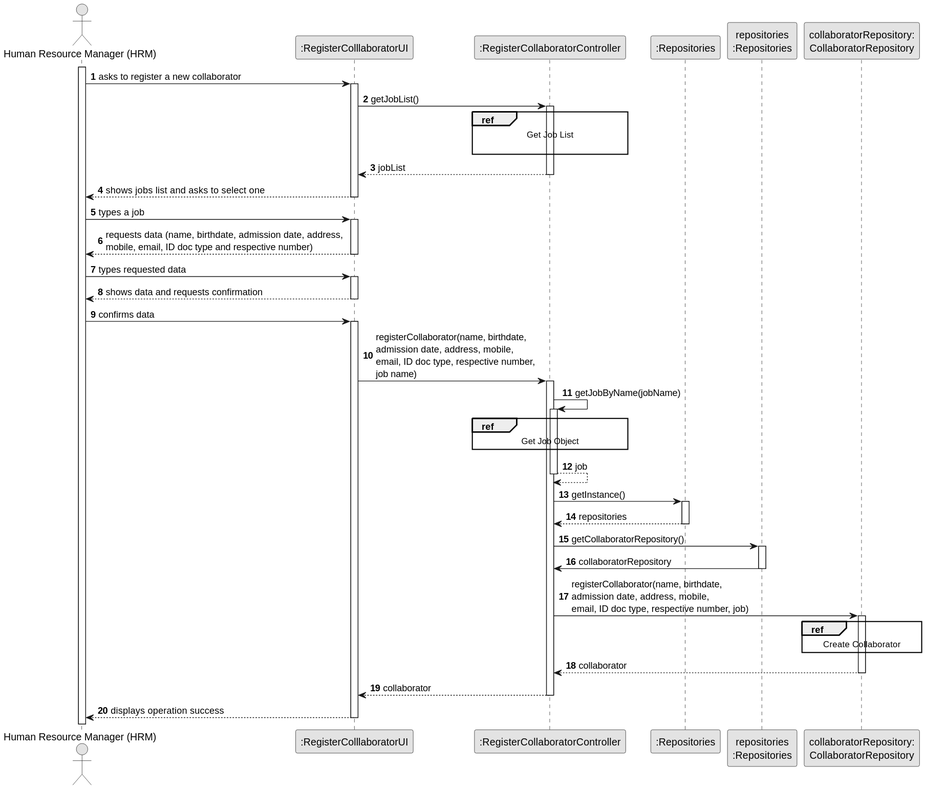
Departamento-de-Engenharia-Informatica/lei-24-s2-1db-g022 keeps this PlantUML diagram as docs/sprint2/us03/03.design/svg/us03-sequence-diagram.svg. Above is the earlier version.
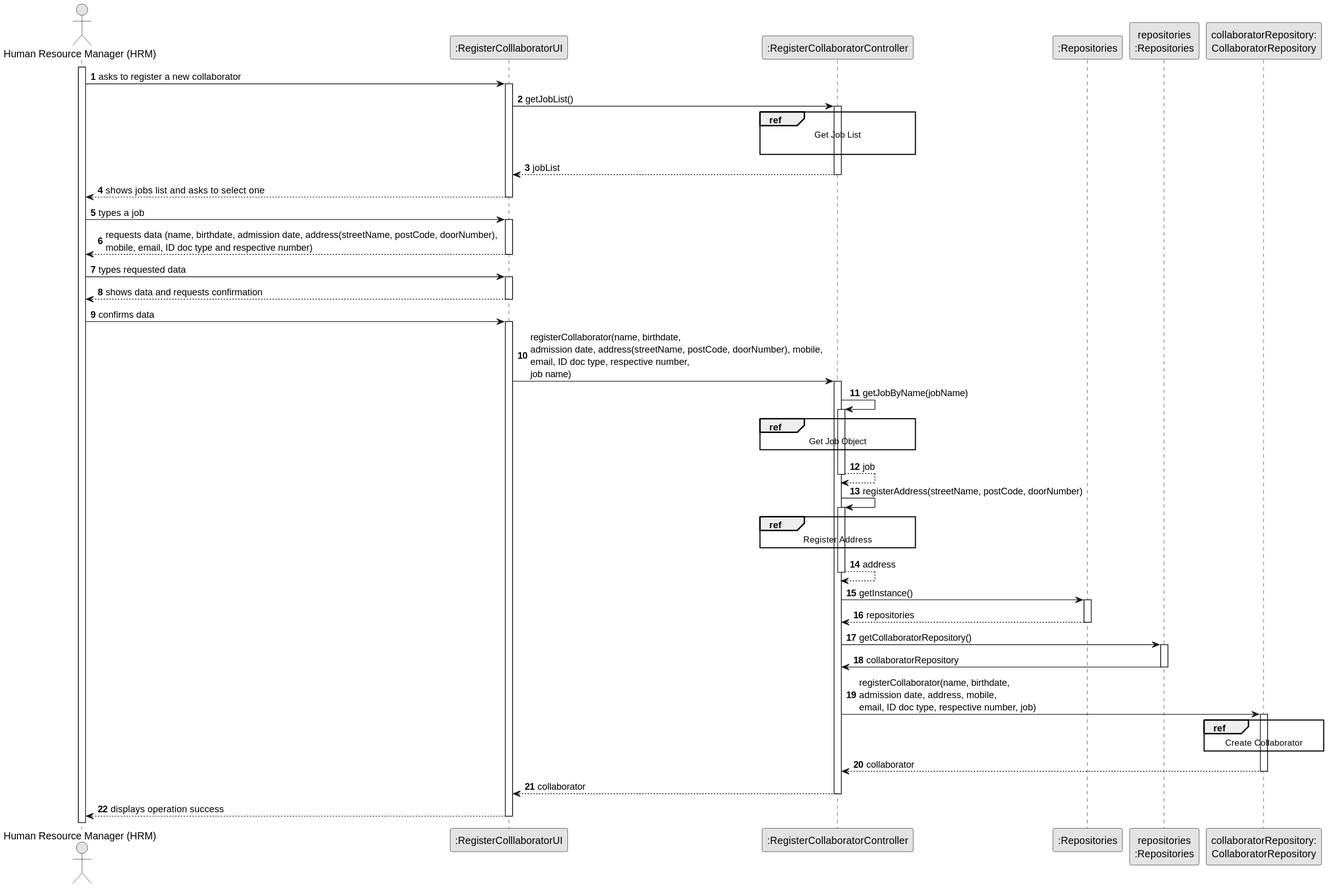
Above is the later version.

The edit, as a diff of the source:
```diff
@@ -33,7 +33,7 @@
         HRM -> UI :  types a job
         activate UI
 
-        UI --> HRM : requests data (name, birthdate, admission date, address, \nmobile, email, ID doc type and respective number)
+        UI --> HRM : requests data (name, birthdate, admission date, address(streetName, postCode, doorNumber), \nmobile, email, ID doc type and respective number)
         deactivate UI
 
         HRM -> UI : types requested data
@@ -45,9 +45,8 @@
         HRM -> UI : confirms data
         activate UI
 
-        UI -> CTRL : registerCollaborator(name, birthdate, \nadmission date, address, mobile, \nemail, ID doc type, respective number, \njob name)
+        UI -> CTRL : registerCollaborator(name, birthdate, \nadmission date, address(streetName, postCode, doorNumber), mobile, \nemail, ID doc type, respective number, \njob name)
         activate CTRL
-
 
             CTRL -> CTRL : getJobByName(jobName)
             activate CTRL
@@ -57,6 +56,14 @@
                 end ref
                 CTRL --> CTRL : job
             deactivate CTRL
+
+                CTRL -> CTRL : registerAddress(streetName, postCode, doorNumber)
+                activate CTRL
+                 ref over CTRL
+                    Register Address
+                 end ref
+                CTRL --> CTRL : address
+                deactivate CTRL
 
                 CTRL -> RepositorySingleton : getInstance()
                 activate RepositorySingleton
```
